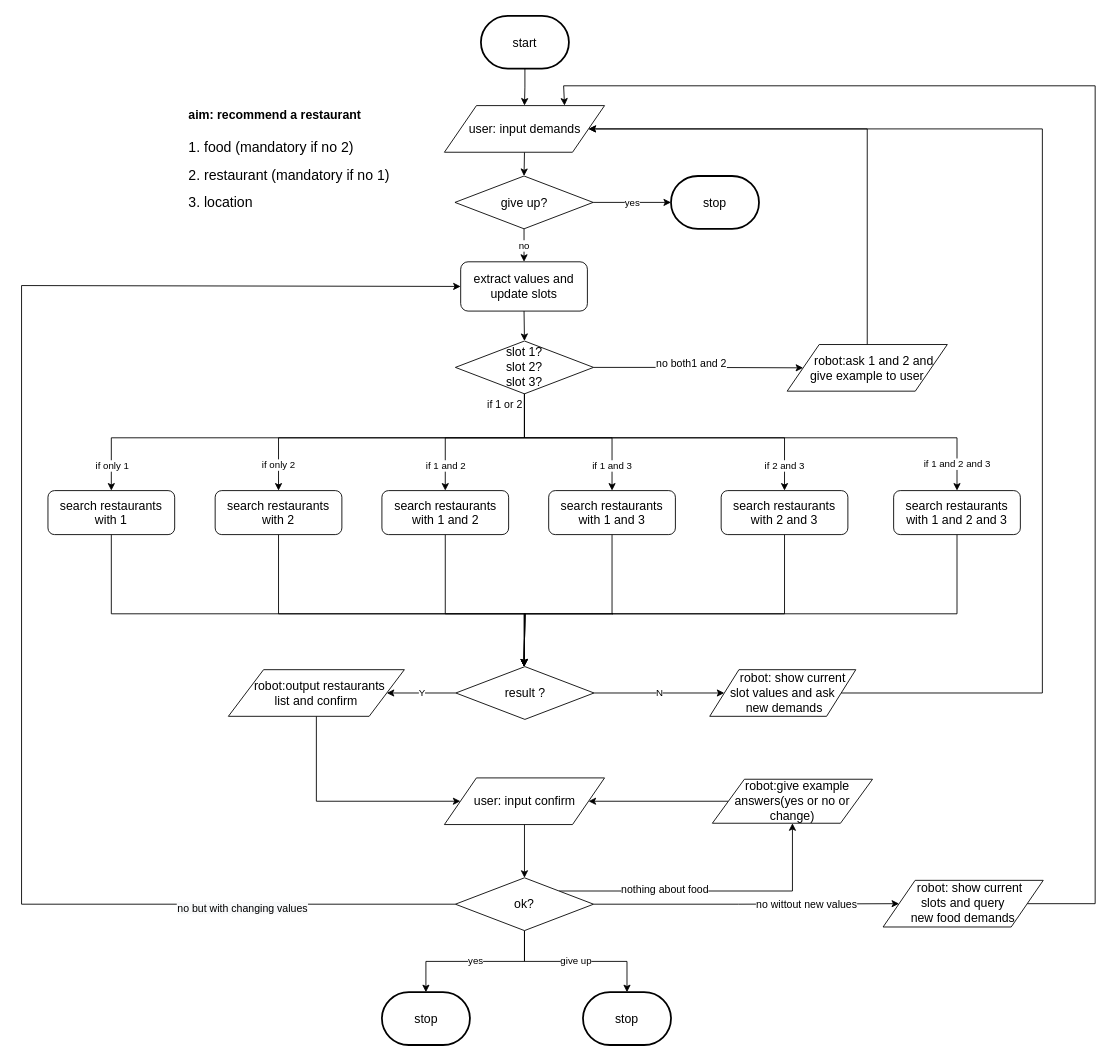
ricosr/travel_consult_chatbot keeps this draw.io diagram as flow_diagram/dinning_consult.drawio. Above is the earlier version. Source tidied: cells renumbered, new cells numbered last; positions are measured from the earlier drawing's top-left corner, leaving out a move shared by most shapes. Both pictures are drawn from the tidied source at 88%, with x=0, y=0 at pixel (21, 16).
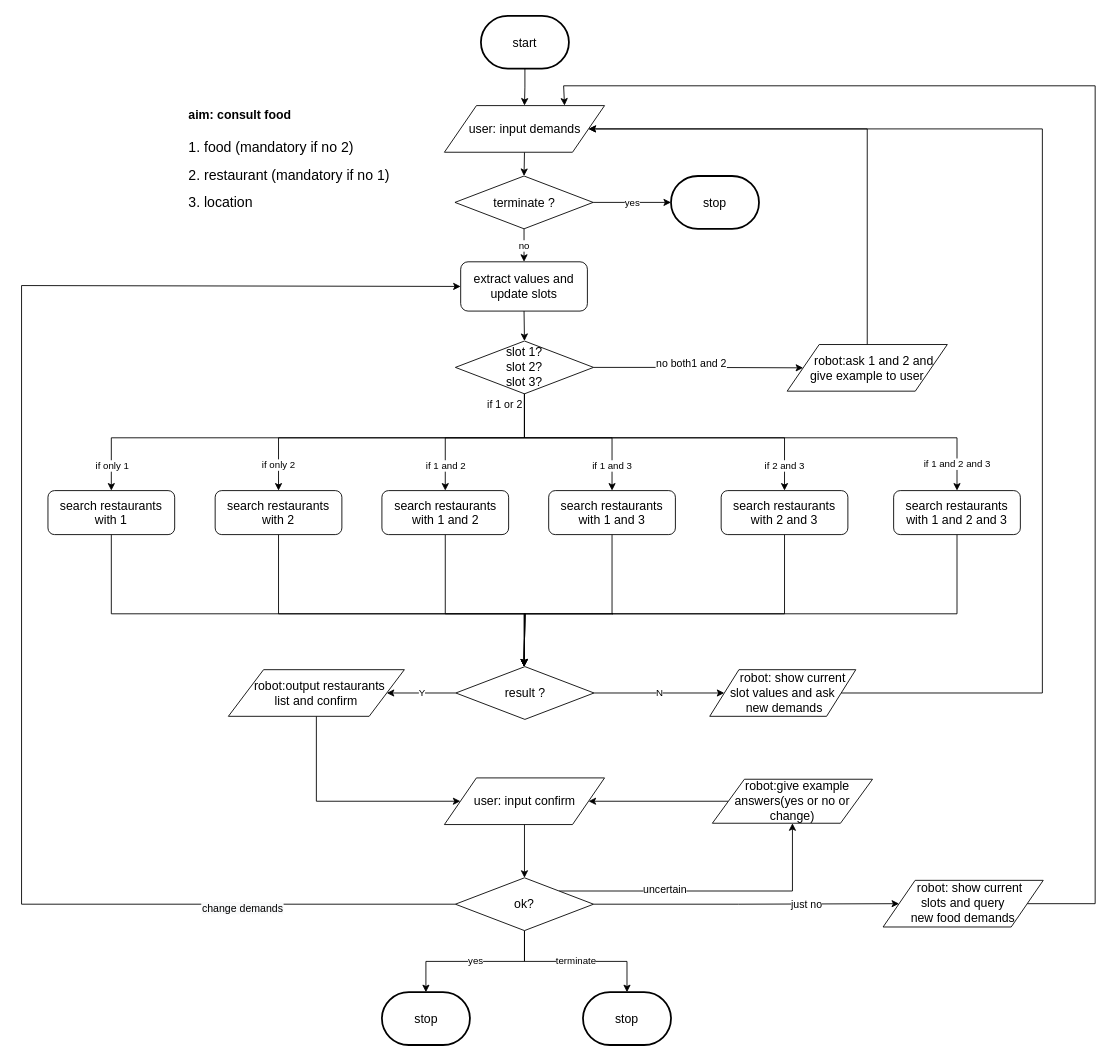
The same page after the edit.

Unchanged cells that the change refers to:
```xml
<mxCell id="21" style="edgeStyle=orthogonalEdgeStyle;rounded=0;jettySize=auto;html=1;exitX=1;exitY=0;exitDx=0;exitDy=0;" parent="1" edge="1" source="29" target="47">
  <mxGeometry relative="1" as="geometry" />
</mxCell>
<mxCell id="24" style="edgeStyle=orthogonalEdgeStyle;rounded=0;jettySize=auto;html=1;exitX=1;exitY=0.5;exitDx=0;exitDy=0;entryX=0;entryY=0.5;entryDx=0;entryDy=0;" parent="1" edge="1" source="29" target="10">
  <mxGeometry relative="1" as="geometry" />
</mxCell>
<mxCell id="26" style="edgeStyle=orthogonalEdgeStyle;rounded=0;jettySize=auto;html=1;exitX=0;exitY=0.5;exitDx=0;exitDy=0;entryX=0;entryY=0.5;entryDx=0;entryDy=0;" parent="1" edge="1" source="29" target="48">
  <mxGeometry relative="1" as="geometry">
    <Array as="points">
      <mxPoint y="1009" />
      <mxPoint y="306" />
    </Array>
  </mxGeometry>
</mxCell>
<mxCell id="29" value="&lt;font style=&quot;font-size: 14px&quot;&gt;ok?&lt;br&gt;&lt;/font&gt;" style="rhombus;whiteSpace=wrap;html=1;" parent="1" vertex="1">
  <mxGeometry x="493" y="979" width="157" height="60" as="geometry" />
</mxCell>
<mxCell id="49" value="&lt;font style=&quot;font-size: 14px&quot;&gt;stop&lt;/font&gt;" style="strokeWidth=2;html=1;shape=mxgraph.flowchart.terminator;whiteSpace=wrap;" parent="1" vertex="1">
  <mxGeometry x="638" y="1109" width="100" height="60" as="geometry" />
</mxCell>
```

The edit, as a diff of the source:
```diff
@@
-    <mxCell id="2" value="&lt;h1&gt;&lt;font style=&quot;font-size: 14px&quot;&gt;aim:&amp;nbsp;recommend a restaurant&lt;/font&gt;&lt;/h1&gt;&lt;p&gt;&lt;font size=&quot;3&quot;&gt;1. food (mandatory if no 2)&lt;br&gt;&lt;/font&gt;&lt;/p&gt;&lt;p&gt;&lt;font size=&quot;3&quot;&gt;2. restaurant (mandatory if no 1)&lt;/font&gt;&lt;/p&gt;&lt;p&gt;&lt;font size=&quot;3&quot;&gt;3. location&lt;/font&gt;&lt;br&gt;&lt;/p&gt;" style="text;html=1;strokeColor=none;fillColor=none;spacing=5;spacingTop=-20;whiteSpace=wrap;overflow=hidden;rounded=0;" parent="1" vertex="1">
+    <mxCell id="2" value="&lt;h1&gt;&lt;font style=&quot;font-size: 14px&quot;&gt;aim:&amp;nbsp;consult food&lt;/font&gt;&lt;/h1&gt;&lt;p&gt;&lt;font size=&quot;3&quot;&gt;1. food (mandatory if no 2)&lt;br&gt;&lt;/font&gt;&lt;/p&gt;&lt;p&gt;&lt;font size=&quot;3&quot;&gt;2. restaurant (mandatory if no 1)&lt;/font&gt;&lt;/p&gt;&lt;p&gt;&lt;font size=&quot;3&quot;&gt;3. location&lt;/font&gt;&lt;br&gt;&lt;/p&gt;" style="text;html=1;strokeColor=none;fillColor=none;spacing=5;spacingTop=-20;whiteSpace=wrap;overflow=hidden;rounded=0;" parent="1" vertex="1">
       <mxGeometry x="185" y="89" width="250" height="131" as="geometry" />
     </mxCell>
@@
-    <mxCell id="22" value="nothing about food" style="text;html=1;align=center;verticalAlign=middle;labelBackgroundColor=#ffffff;" parent="21" vertex="1">
+    <mxCell id="22" value="uncertain" style="text;html=1;align=center;verticalAlign=middle;labelBackgroundColor=#ffffff;" parent="21" vertex="1">
       <mxGeometry x="-0.3" relative="1" as="geometry">
         <mxPoint y="-2" as="offset" />
       </mxGeometry>
     </mxCell>
@@
-    <mxCell id="25" value="no wittout new values" style="text;html=1;align=center;verticalAlign=middle;labelBackgroundColor=#ffffff;" parent="24" vertex="1">
+    <mxCell id="25" value="just no" style="text;html=1;align=center;verticalAlign=middle;labelBackgroundColor=#ffffff;" parent="24" vertex="1">
       <mxGeometry x="0.39" y="-1" relative="1" as="geometry" />
     </mxCell>
@@
-    <mxCell id="27" value="&lt;span style=&quot;text-align: left ; background-color: rgb(248 , 249 , 250)&quot;&gt;no but with changing values&lt;/span&gt;" style="text;html=1;align=center;verticalAlign=middle;labelBackgroundColor=#ffffff;" parent="26" vertex="1">
+    <mxCell id="27" value="&lt;div style=&quot;text-align: left&quot;&gt;&lt;span style=&quot;background-color: rgb(248 , 249 , 250)&quot;&gt;change demands&lt;/span&gt;&lt;/div&gt;" style="text;html=1;align=center;verticalAlign=middle;labelBackgroundColor=#ffffff;" parent="26" vertex="1">
       <mxGeometry x="-0.08" relative="1" as="geometry">
         <mxPoint x="250.5" y="291.5" as="offset" />
       </mxGeometry>
     </mxCell>
-    <mxCell id="28" value="give up" style="edgeStyle=orthogonalEdgeStyle;rounded=0;jettySize=auto;html=1;exitX=0.5;exitY=1;exitDx=0;exitDy=0;entryX=0.5;entryY=0;entryDx=0;entryDy=0;entryPerimeter=0;" parent="1" edge="1" source="29" target="49">
+    <mxCell id="28" value="terminate" style="edgeStyle=orthogonalEdgeStyle;rounded=0;jettySize=auto;html=1;exitX=0.5;exitY=1;exitDx=0;exitDy=0;entryX=0.5;entryY=0;entryDx=0;entryDy=0;entryPerimeter=0;" parent="1" edge="1" source="29" target="49">
       <mxGeometry relative="1" as="geometry" />
     </mxCell>
@@
-    <mxCell id="52" value="&lt;font style=&quot;font-size: 14px&quot;&gt;give up?&lt;br&gt;&lt;/font&gt;" style="rhombus;whiteSpace=wrap;html=1;" parent="1" vertex="1">
+    <mxCell id="52" value="&lt;font style=&quot;font-size: 14px&quot;&gt;terminate ?&lt;br&gt;&lt;/font&gt;" style="rhombus;whiteSpace=wrap;html=1;" parent="1" vertex="1">
       <mxGeometry x="492.5" y="181.5" width="157" height="60" as="geometry" />
     </mxCell>
```
